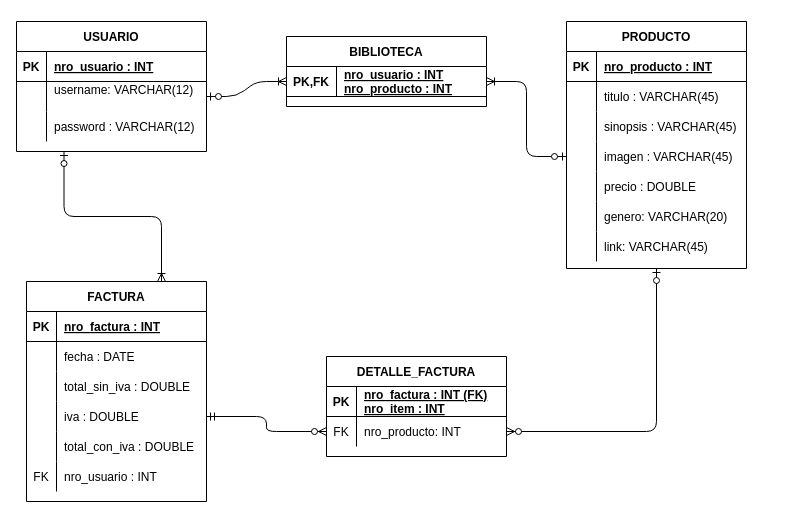
Above: Untitled Diagram.drawio in agustinpitaro/RepoBdD (draw.io), before the change. Source tidied: cells renumbered, new cells numbered last; positions are measured from the earlier drawing's top-left corner, leaving out a move shared by most shapes. Both pictures are drawn from the tidied source at 100%, with x=0, y=0 at pixel (16, 21).
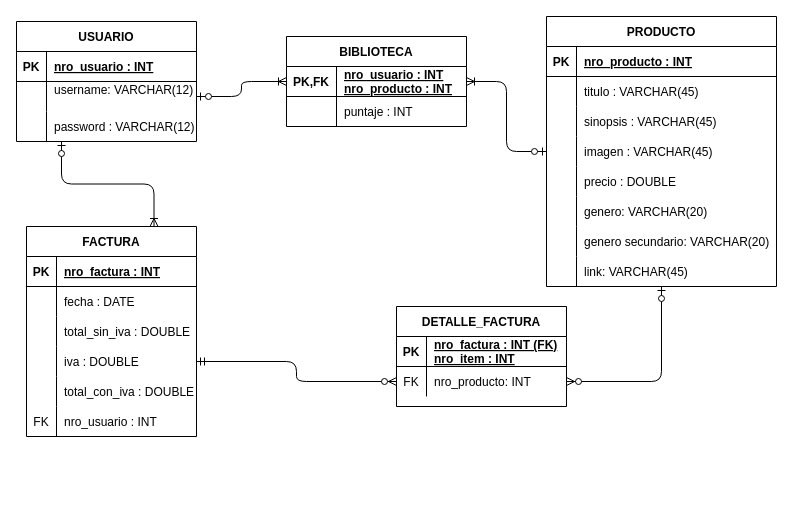
After the change.

The edit, as a diff of the source:
```diff
@@
     <mxCell id="2" value="USUARIO" style="shape=table;startSize=30;childLayout=tableLayout;rowLines=0;fontStyle=1;align=center;" parent="1" vertex="1">
-      <mxGeometry width="190" height="130" as="geometry" />
+      <mxGeometry width="180" height="120" as="geometry" />
     </mxCell>
     <mxCell id="3" style="shape=partialRectangle;fillColor=none;top=0;left=0;bottom=1;right=0;" parent="2" vertex="1">
-      <mxGeometry y="30" width="190" height="30" as="geometry" />
+      <mxGeometry y="30" width="180" height="30" as="geometry" />
     </mxCell>
@@
     <mxCell id="5" value="nro_usuario : INT" style="shape=partialRectangle;fillColor=none;top=0;left=0;bottom=0;right=0;align=left;spacingLeft=6;fontStyle=5;overflow=hidden;" parent="3" vertex="1">
-      <mxGeometry x="30" width="160" height="30" as="geometry" />
+      <mxGeometry x="30" width="150" height="30" as="geometry" />
     </mxCell>
     <mxCell id="6" style="shape=partialRectangle;fillColor=none;top=0;left=0;bottom=0;right=0;points=[[0,0.5],[1,0.5]];portConstraint=eastwest;" parent="2" vertex="1">
-      <mxGeometry y="60" width="190" height="30" as="geometry" />
+      <mxGeometry y="60" width="180" height="30" as="geometry" />
     </mxCell>
@@
     <mxCell id="8" value="username: VARCHAR(12)&#10;" style="shape=partialRectangle;fillColor=none;top=0;left=0;bottom=0;right=0;align=left;spacingLeft=6;overflow=hidden;" parent="6" vertex="1">
-      <mxGeometry x="30" width="160" height="30" as="geometry" />
+      <mxGeometry x="30" width="150" height="30" as="geometry" />
     </mxCell>
     <mxCell id="9" style="shape=partialRectangle;fillColor=none;top=0;left=0;bottom=0;right=0;" parent="2" vertex="1">
-      <mxGeometry y="90" width="190" height="30" as="geometry" />
+      <mxGeometry y="90" width="180" height="30" as="geometry" />
     </mxCell>
@@
     <mxCell id="11" value="password : VARCHAR(12)" style="shape=partialRectangle;fillColor=none;top=0;left=0;bottom=0;right=0;align=left;spacingLeft=6;overflow=hidden;" parent="9" vertex="1">
-      <mxGeometry x="30" width="160" height="30" as="geometry" />
+      <mxGeometry x="30" width="150" height="30" as="geometry" />
     </mxCell>
     <mxCell id="12" value="PRODUCTO" style="shape=table;startSize=30;childLayout=tableLayout;rowLines=0;fontStyle=1;align=center;" parent="1" vertex="1">
-      <mxGeometry x="550" width="180" height="247" as="geometry" />
+      <mxGeometry x="530" y="-5" width="230" height="270" as="geometry" />
     </mxCell>
     <mxCell id="13" style="shape=partialRectangle;fillColor=none;top=0;left=0;bottom=1;right=0;" parent="12" vertex="1">
-      <mxGeometry y="30" width="180" height="30" as="geometry" />
+      <mxGeometry y="30" width="230" height="30" as="geometry" />
     </mxCell>
@@
     <mxCell id="15" value="nro_producto : INT" style="shape=partialRectangle;fillColor=none;top=0;left=0;bottom=0;right=0;align=left;spacingLeft=6;fontStyle=5;overflow=hidden;" parent="13" vertex="1">
-      <mxGeometry x="30" width="150" height="30" as="geometry" />
+      <mxGeometry x="30" width="200" height="30" as="geometry" />
     </mxCell>
     <mxCell id="16" style="shape=partialRectangle;fillColor=none;top=0;left=0;bottom=0;right=0;" parent="12" vertex="1">
-      <mxGeometry y="60" width="180" height="30" as="geometry" />
+      <mxGeometry y="60" width="230" height="30" as="geometry" />
     </mxCell>
@@
     <mxCell id="18" value="titulo : VARCHAR(45)" style="shape=partialRectangle;fillColor=none;top=0;left=0;bottom=0;right=0;align=left;spacingLeft=6;overflow=hidden;" parent="16" vertex="1">
-      <mxGeometry x="30" width="150" height="30" as="geometry" />
+      <mxGeometry x="30" width="200" height="30" as="geometry" />
     </mxCell>
     <mxCell id="19" style="shape=partialRectangle;fillColor=none;top=0;left=0;bottom=0;right=0;" parent="12" vertex="1">
-      <mxGeometry y="90" width="180" height="30" as="geometry" />
+      <mxGeometry y="90" width="230" height="30" as="geometry" />
     </mxCell>
@@
     <mxCell id="21" value="sinopsis : VARCHAR(45)" style="shape=partialRectangle;fillColor=none;top=0;left=0;bottom=0;right=0;align=left;spacingLeft=6;overflow=hidden;" parent="19" vertex="1">
-      <mxGeometry x="30" width="150" height="30" as="geometry" />
+      <mxGeometry x="30" width="200" height="30" as="geometry" />
     </mxCell>
     <mxCell id="22" style="shape=partialRectangle;fillColor=none;top=0;left=0;bottom=0;right=0;points=[[0,0.5],[1,0.5]];portConstraint=eastwest;" parent="12" vertex="1">
-      <mxGeometry y="120" width="180" height="30" as="geometry" />
+      <mxGeometry y="120" width="230" height="30" as="geometry" />
     </mxCell>
@@
     <mxCell id="24" value="imagen : VARCHAR(45)" style="shape=partialRectangle;fillColor=none;top=0;left=0;bottom=0;right=0;align=left;spacingLeft=6;overflow=hidden;" parent="22" vertex="1">
-      <mxGeometry x="30" width="150" height="30" as="geometry" />
+      <mxGeometry x="30" width="200" height="30" as="geometry" />
     </mxCell>
     <mxCell id="25" style="shape=partialRectangle;fillColor=none;top=0;left=0;bottom=0;right=0;" parent="12" vertex="1">
-      <mxGeometry y="150" width="180" height="30" as="geometry" />
+      <mxGeometry y="150" width="230" height="30" as="geometry" />
     </mxCell>
@@
     <mxCell id="27" value="precio : DOUBLE" style="shape=partialRectangle;fillColor=none;top=0;left=0;bottom=0;right=0;align=left;spacingLeft=6;overflow=hidden;" parent="25" vertex="1">
-      <mxGeometry x="30" width="150" height="30" as="geometry" />
+      <mxGeometry x="30" width="200" height="30" as="geometry" />
     </mxCell>
     <mxCell id="28" style="shape=partialRectangle;fillColor=none;top=0;left=0;bottom=0;right=0;" parent="12" vertex="1">
-      <mxGeometry y="180" width="180" height="30" as="geometry" />
+      <mxGeometry y="180" width="230" height="30" as="geometry" />
     </mxCell>
@@
     <mxCell id="30" value="genero: VARCHAR(20)" style="shape=partialRectangle;fillColor=none;top=0;left=0;bottom=0;right=0;align=left;spacingLeft=6;overflow=hidden;" parent="28" vertex="1">
-      <mxGeometry x="30" width="150" height="30" as="geometry" />
+      <mxGeometry x="30" width="200" height="30" as="geometry" />
     </mxCell>
+    <mxCell id="69" style="shape=partialRectangle;fillColor=none;top=0;left=0;bottom=0;right=0;" parent="12" vertex="1">
+      <mxGeometry y="210" width="230" height="30" as="geometry" />
+    </mxCell>
+    <mxCell id="70" style="shape=partialRectangle;fillColor=none;top=0;left=0;bottom=0;right=0;overflow=hidden;" parent="69" vertex="1">
+      <mxGeometry width="30" height="30" as="geometry" />
+    </mxCell>
+    <mxCell id="71" value="genero secundario: VARCHAR(20)" style="shape=partialRectangle;fillColor=none;top=0;left=0;bottom=0;right=0;align=left;spacingLeft=6;overflow=hidden;" parent="69" vertex="1">
+      <mxGeometry x="30" width="200" height="30" as="geometry" />
+    </mxCell>
     <mxCell id="31" style="shape=partialRectangle;fillColor=none;top=0;left=0;bottom=0;right=0;" parent="12" vertex="1">
-      <mxGeometry y="210" width="180" height="30" as="geometry" />
+      <mxGeometry y="240" width="230" height="30" as="geometry" />
     </mxCell>
@@
     <mxCell id="33" value="link: VARCHAR(45)" style="shape=partialRectangle;fillColor=none;top=0;left=0;bottom=0;right=0;align=left;spacingLeft=6;overflow=hidden;" parent="31" vertex="1">
-      <mxGeometry x="30" width="150" height="30" as="geometry" />
+      <mxGeometry x="30" width="200" height="30" as="geometry" />
     </mxCell>
     <mxCell id="34" value="BIBLIOTECA" style="shape=table;startSize=30;childLayout=tableLayout;rowLines=0;fontStyle=1;align=center;" parent="1" vertex="1">
-      <mxGeometry x="270" y="15" width="200" height="70" as="geometry" />
+      <mxGeometry x="270" y="15" width="180" height="90" as="geometry" />
     </mxCell>
     <mxCell id="35" style="shape=partialRectangle;fillColor=none;top=0;left=0;bottom=1;right=0;points=[[0,0.5],[1,0.5]];portConstraint=eastwest;" parent="34" vertex="1">
-      <mxGeometry y="30" width="200" height="30" as="geometry" />
+      <mxGeometry y="30" width="180" height="30" as="geometry" />
     </mxCell>
@@
     <mxCell id="37" value="nro_usuario : INT&#10;nro_producto : INT" style="shape=partialRectangle;fillColor=none;top=0;left=0;bottom=0;right=0;align=left;spacingLeft=6;fontStyle=5;overflow=hidden;" parent="35" vertex="1">
-      <mxGeometry x="50" width="150" height="30" as="geometry" />
+      <mxGeometry x="50" width="130" height="30" as="geometry" />
     </mxCell>
+    <mxCell id="72" style="shape=partialRectangle;fillColor=none;top=0;left=0;bottom=0;right=0;" parent="34" vertex="1">
+      <mxGeometry y="60" width="180" height="30" as="geometry" />
+    </mxCell>
+    <mxCell id="73" style="shape=partialRectangle;fillColor=none;top=0;left=0;bottom=0;right=0;overflow=hidden;" parent="72" vertex="1">
+      <mxGeometry width="50" height="30" as="geometry" />
+    </mxCell>
+    <mxCell id="74" value="puntaje : INT" style="shape=partialRectangle;fillColor=none;top=0;left=0;bottom=0;right=0;align=left;spacingLeft=6;overflow=hidden;" parent="72" vertex="1">
+      <mxGeometry x="50" width="130" height="30" as="geometry" />
+    </mxCell>
     <mxCell id="38" value="FACTURA" style="shape=table;startSize=30;childLayout=tableLayout;rowLines=0;fontStyle=1;align=center;" parent="1" vertex="1">
-      <mxGeometry x="10" y="260" width="180" height="220" as="geometry" />
+      <mxGeometry x="10" y="205" width="170" height="210" as="geometry" />
     </mxCell>
     <mxCell id="39" style="shape=partialRectangle;fillColor=none;top=0;left=0;bottom=1;right=0;" parent="38" vertex="1">
-      <mxGeometry y="30" width="180" height="30" as="geometry" />
+      <mxGeometry y="30" width="170" height="30" as="geometry" />
     </mxCell>
@@
     <mxCell id="41" value="nro_factura : INT" style="shape=partialRectangle;fillColor=none;top=0;left=0;bottom=0;right=0;align=left;spacingLeft=6;fontStyle=5;overflow=hidden;" parent="39" vertex="1">
-      <mxGeometry x="30" width="150" height="30" as="geometry" />
+      <mxGeometry x="30" width="140" height="30" as="geometry" />
     </mxCell>
     <mxCell id="42" style="shape=partialRectangle;fillColor=none;top=0;left=0;bottom=0;right=0;" parent="38" vertex="1">
-      <mxGeometry y="60" width="180" height="30" as="geometry" />
+      <mxGeometry y="60" width="170" height="30" as="geometry" />
     </mxCell>
@@
     <mxCell id="44" value="fecha : DATE" style="shape=partialRectangle;fillColor=none;top=0;left=0;bottom=0;right=0;align=left;spacingLeft=6;overflow=hidden;" parent="42" vertex="1">
-      <mxGeometry x="30" width="150" height="30" as="geometry" />
+      <mxGeometry x="30" width="140" height="30" as="geometry" />
     </mxCell>
     <mxCell id="45" style="shape=partialRectangle;fillColor=none;top=0;left=0;bottom=0;right=0;" parent="38" vertex="1">
-      <mxGeometry y="90" width="180" height="30" as="geometry" />
+      <mxGeometry y="90" width="170" height="30" as="geometry" />
     </mxCell>
@@
     <mxCell id="47" value="total_sin_iva : DOUBLE" style="shape=partialRectangle;fillColor=none;top=0;left=0;bottom=0;right=0;align=left;spacingLeft=6;overflow=hidden;" parent="45" vertex="1">
-      <mxGeometry x="30" width="150" height="30" as="geometry" />
+      <mxGeometry x="30" width="140" height="30" as="geometry" />
     </mxCell>
     <mxCell id="48" style="shape=partialRectangle;fillColor=none;top=0;left=0;bottom=0;right=0;points=[[0,0.5],[1,0.5]];portConstraint=eastwest;" parent="38" vertex="1">
-      <mxGeometry y="120" width="180" height="30" as="geometry" />
+      <mxGeometry y="120" width="170" height="30" as="geometry" />
     </mxCell>
@@
     <mxCell id="50" value="iva : DOUBLE" style="shape=partialRectangle;fillColor=none;top=0;left=0;bottom=0;right=0;align=left;spacingLeft=6;overflow=hidden;" parent="48" vertex="1">
-      <mxGeometry x="30" width="150" height="30" as="geometry" />
+      <mxGeometry x="30" width="140" height="30" as="geometry" />
     </mxCell>
     <mxCell id="51" style="shape=partialRectangle;fillColor=none;top=0;left=0;bottom=0;right=0;" parent="38" vertex="1">
-      <mxGeometry y="150" width="180" height="30" as="geometry" />
+      <mxGeometry y="150" width="170" height="30" as="geometry" />
     </mxCell>
@@
     <mxCell id="53" value="total_con_iva : DOUBLE" style="shape=partialRectangle;fillColor=none;top=0;left=0;bottom=0;right=0;align=left;spacingLeft=6;overflow=hidden;" parent="51" vertex="1">
-      <mxGeometry x="30" width="150" height="30" as="geometry" />
+      <mxGeometry x="30" width="140" height="30" as="geometry" />
     </mxCell>
     <mxCell id="54" style="shape=partialRectangle;fillColor=none;top=0;left=0;bottom=0;right=0;" parent="38" vertex="1">
-      <mxGeometry y="180" width="180" height="30" as="geometry" />
+      <mxGeometry y="180" width="170" height="30" as="geometry" />
     </mxCell>
@@
     <mxCell id="56" value="nro_usuario : INT" style="shape=partialRectangle;fillColor=none;top=0;left=0;bottom=0;right=0;align=left;spacingLeft=6;fontStyle=0;overflow=hidden;" parent="54" vertex="1">
-      <mxGeometry x="30" width="150" height="30" as="geometry" />
+      <mxGeometry x="30" width="140" height="30" as="geometry" />
     </mxCell>
     <mxCell id="57" value="DETALLE_FACTURA" style="shape=table;startSize=30;childLayout=tableLayout;rowLines=0;fontStyle=1;align=center;" parent="1" vertex="1">
-      <mxGeometry x="310" y="335" width="180" height="100" as="geometry" />
+      <mxGeometry x="380" y="285" width="170" height="100" as="geometry" />
     </mxCell>
     <mxCell id="58" style="shape=partialRectangle;fillColor=none;top=0;left=0;bottom=1;right=0;" parent="57" vertex="1">
-      <mxGeometry y="30" width="180" height="30" as="geometry" />
+      <mxGeometry y="30" width="170" height="30" as="geometry" />
     </mxCell>
@@
     <mxCell id="60" value="nro_factura : INT (FK)&#10;nro_item : INT" style="shape=partialRectangle;fillColor=none;top=0;left=0;bottom=0;right=0;align=left;spacingLeft=6;fontStyle=5;overflow=hidden;" parent="58" vertex="1">
-      <mxGeometry x="30" width="150" height="30" as="geometry" />
+      <mxGeometry x="30" width="140" height="30" as="geometry" />
     </mxCell>
     <mxCell id="61" style="shape=partialRectangle;fillColor=none;top=0;left=0;bottom=0;right=0;points=[[0,0.5],[1,0.5]];portConstraint=eastwest;" parent="57" vertex="1">
-      <mxGeometry y="60" width="180" height="30" as="geometry" />
+      <mxGeometry y="60" width="170" height="30" as="geometry" />
     </mxCell>
@@
     <mxCell id="63" value="nro_producto: INT" style="shape=partialRectangle;fillColor=none;top=0;left=0;bottom=0;right=0;align=left;spacingLeft=6;overflow=hidden;" parent="61" vertex="1">
-      <mxGeometry x="30" width="150" height="30" as="geometry" />
+      <mxGeometry x="30" width="140" height="30" as="geometry" />
     </mxCell>
@@
-    <mxCell id="65" style="edgeStyle=entityRelationEdgeStyle;fontSize=12;html=1;endArrow=ERoneToMany;startArrow=ERzeroToOne;exitX=1;exitY=0.5;exitDx=0;exitDy=0;entryX=0;entryY=0.5;entryDx=0;entryDy=0;" parent="1" edge="1" source="6" target="35">
+    <mxCell id="65" style="edgeStyle=orthogonalEdgeStyle;fontSize=12;html=1;endArrow=ERoneToMany;startArrow=ERzeroToOne;exitX=1;exitY=0.5;exitDx=0;exitDy=0;entryX=0;entryY=0.5;entryDx=0;entryDy=0;" parent="1" edge="1" source="6" target="35">
       <mxGeometry relative="1" as="geometry" />
     </mxCell>
```
